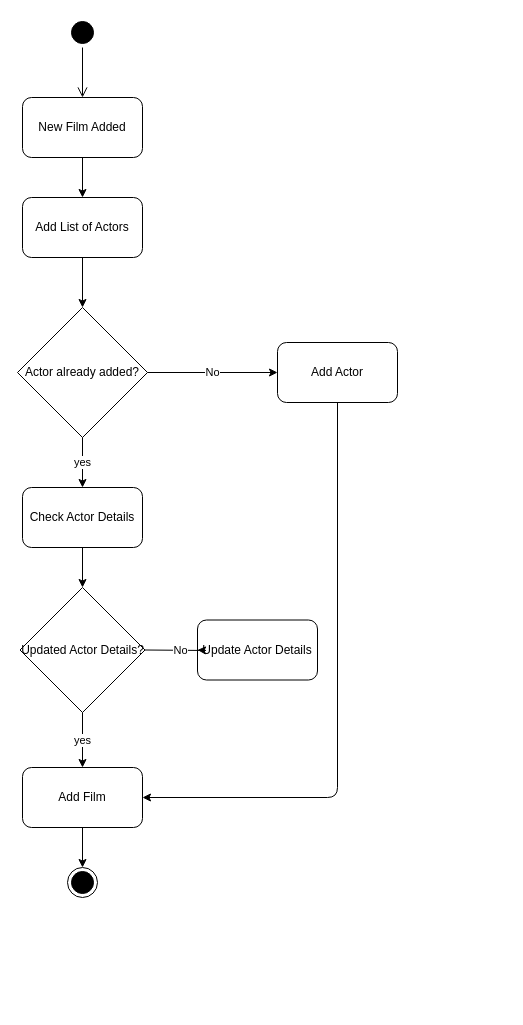
The draw.io diagram KohHongYe/labs/java-lab3/AddNewFilm.drawio in aukokyong/DSS, before the edit. Source tidied: cells renumbered, new cells numbered last; positions are measured from the earlier drawing's top-left corner, leaving out a move shared by most shapes. Both pictures are drawn from the tidied source at 100%, with x=0, y=0 at pixel (17, 17).
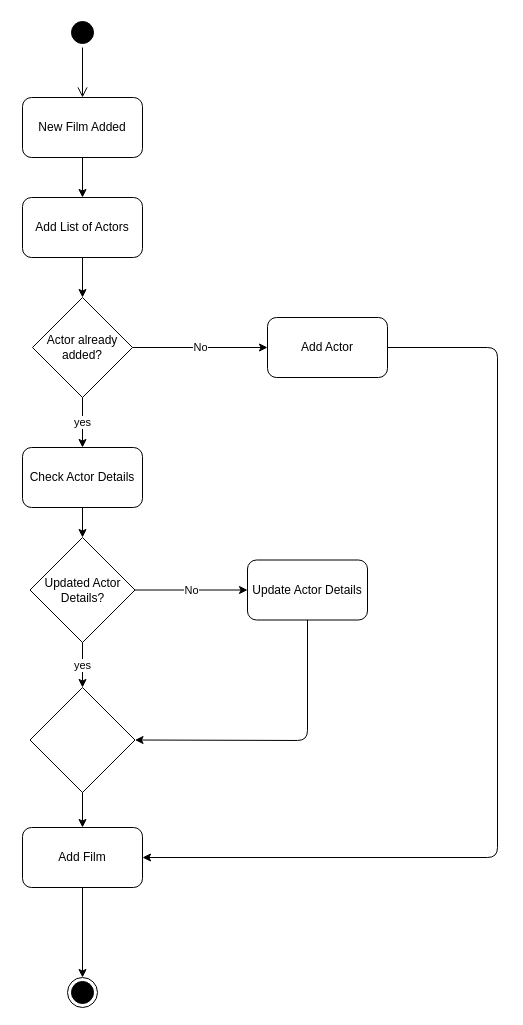
The same page after the edit.

Commit message (it also covers changes not shown here):
Update Lab 3 UML Diagrams

Diff of the diagram source:
```diff
@@
     <mxCell id="7" value="Actor already added?" style="rhombus;whiteSpace=wrap;html=1;strokeColor=#000000;" parent="1" vertex="1">
-      <mxGeometry y="290" width="130" height="130" as="geometry" />
+      <mxGeometry x="15" y="280" width="100" height="100" as="geometry" />
     </mxCell>
@@
     <mxCell id="9" value="Add Actor" style="rounded=1;whiteSpace=wrap;html=1;strokeColor=#000000;" parent="1" vertex="1">
-      <mxGeometry x="260" y="325" width="120" height="60" as="geometry" />
+      <mxGeometry x="250" y="300" width="120" height="60" as="geometry" />
     </mxCell>
@@
     <mxCell id="11" value="Check Actor Details" style="rounded=1;whiteSpace=wrap;html=1;strokeColor=#000000;" parent="1" vertex="1">
-      <mxGeometry x="5" y="470" width="120" height="60" as="geometry" />
+      <mxGeometry x="5" y="430" width="120" height="60" as="geometry" />
     </mxCell>
@@
     <mxCell id="13" value="Updated Actor Details?" style="rhombus;whiteSpace=wrap;html=1;strokeColor=#000000;" parent="1" vertex="1">
-      <mxGeometry x="2.5" y="570" width="125" height="125" as="geometry" />
+      <mxGeometry x="12.5" y="520" width="105" height="105" as="geometry" />
     </mxCell>
     <mxCell id="14" value="Update Actor Details" style="rounded=1;whiteSpace=wrap;html=1;strokeColor=#000000;" parent="1" vertex="1">
-      <mxGeometry x="180" y="602.5" width="120" height="60" as="geometry" />
+      <mxGeometry x="230" y="542.5" width="120" height="60" as="geometry" />
     </mxCell>
@@
     <mxCell id="16" value="No" style="endArrow=classic;html=1;strokeColor=#000000;exitX=1;exitY=0.5;exitDx=0;exitDy=0;entryX=0;entryY=0.5;entryDx=0;entryDy=0;" parent="1" edge="1" source="13" target="14">
-      <mxGeometry relative="1" as="geometry">
-        <Array as="points">
-          <mxPoint x="190" y="633" />
-        </Array>
-      </mxGeometry>
+      <mxGeometry relative="1" as="geometry" />
     </mxCell>
@@
     <mxCell id="18" value="Add Film" style="rounded=1;whiteSpace=wrap;html=1;strokeColor=#000000;" parent="1" vertex="1">
-      <mxGeometry x="5" y="750" width="120" height="60" as="geometry" />
+      <mxGeometry x="5" y="810" width="120" height="60" as="geometry" />
     </mxCell>
-    <mxCell id="19" value="yes" style="endArrow=classic;html=1;strokeColor=#000000;exitX=0.5;exitY=1;exitDx=0;exitDy=0;entryX=0.5;entryY=0;entryDx=0;entryDy=0;" parent="1" edge="1" source="13" target="18">
+    <mxCell id="19" value="yes" style="endArrow=classic;html=1;strokeColor=#000000;exitX=0.5;exitY=1;exitDx=0;exitDy=0;entryX=0.5;entryY=0;entryDx=0;entryDy=0;" parent="1" edge="1" source="13" target="22">
       <mxGeometry relative="1" as="geometry" />
     </mxCell>
-    <mxCell id="20" style="endArrow=classic;html=1;strokeColor=#000000;exitX=0.5;exitY=1;exitDx=0;exitDy=0;entryX=1;entryY=0.5;entryDx=0;entryDy=0;" parent="1" edge="1" source="9" target="18">
+    <mxCell id="20" style="endArrow=classic;html=1;strokeColor=#000000;exitX=1;exitY=0.5;exitDx=0;exitDy=0;entryX=1;entryY=0.5;entryDx=0;entryDy=0;" parent="1" edge="1" source="9" target="18">
       <mxGeometry relative="1" as="geometry">
         <Array as="points">
-          <mxPoint x="320" y="780" />
+          <mxPoint x="480" y="330" />
+          <mxPoint x="480" y="840" />
         </Array>
       </mxGeometry>
     </mxCell>
     <mxCell id="21" style="ellipse;html=1;shape=endState;fillColor=#000000;" parent="1" vertex="1">
-      <mxGeometry x="50" y="850" width="30" height="30" as="geometry" />
+      <mxGeometry x="50" y="960" width="30" height="30" as="geometry" />
     </mxCell>
+    <mxCell id="22" style="rhombus;whiteSpace=wrap;html=1;strokeColor=#000000;" parent="1" vertex="1">
+      <mxGeometry x="12.5" y="670" width="105" height="105" as="geometry" />
+    </mxCell>
+    <mxCell id="23" style="endArrow=classic;html=1;exitX=0.5;exitY=1;exitDx=0;exitDy=0;entryX=1;entryY=0.5;entryDx=0;entryDy=0;" parent="1" edge="1" source="14" target="22">
+      <mxGeometry relative="1" as="geometry">
+        <Array as="points">
+          <mxPoint x="290" y="723" />
+        </Array>
+      </mxGeometry>
+    </mxCell>
+    <mxCell id="24" style="endArrow=classic;html=1;exitX=0.5;exitY=1;exitDx=0;exitDy=0;entryX=0.5;entryY=0;entryDx=0;entryDy=0;" parent="1" edge="1" source="22" target="18">
+      <mxGeometry relative="1" as="geometry" />
+    </mxCell>
```
